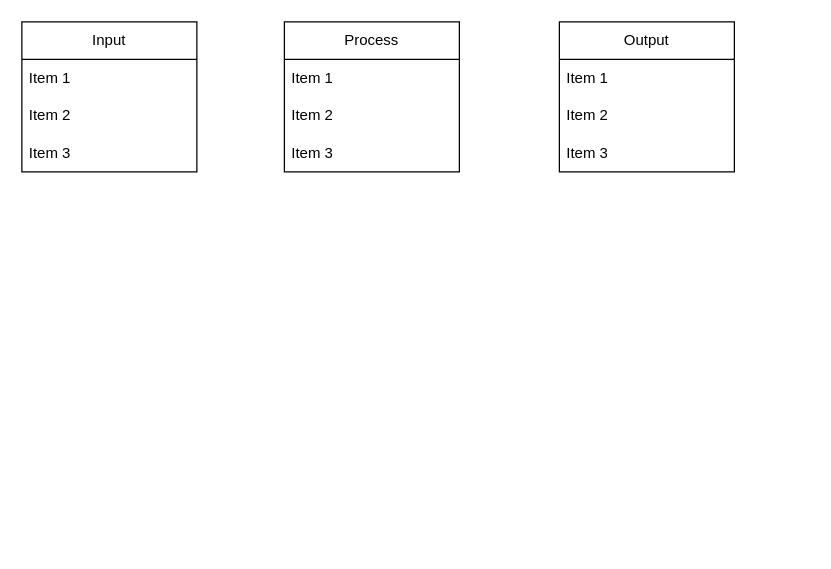
Earlier version of the draw.io diagram Untitled Diagram.drawio (jezreelkosasih/diagram). Source tidied: cells renumbered, new cells numbered last; positions are measured from the earlier drawing's top-left corner, leaving out a move shared by most shapes. Both pictures are drawn from the tidied source at 125%, with x=0, y=0 at pixel (21, 21).
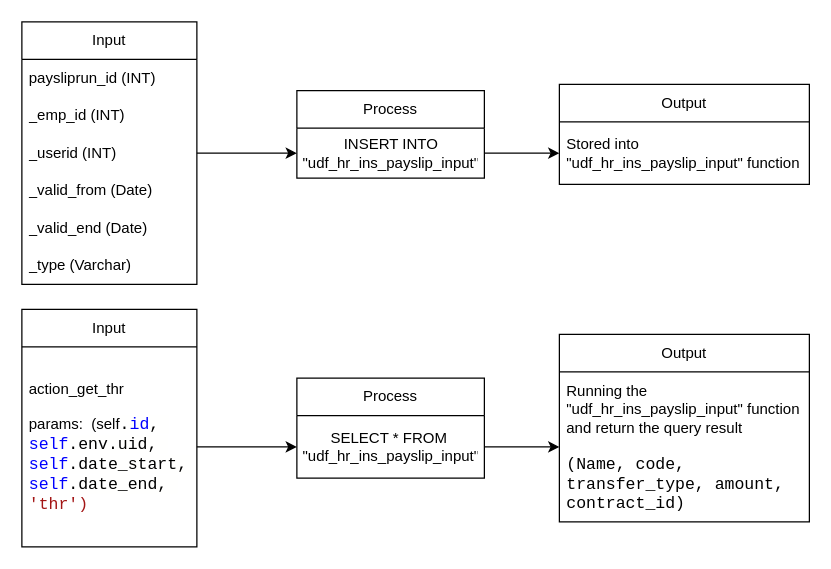
The same diagram, later.

Diff of the diagram source:
```diff
@@
     <mxCell id="2" value="Input" style="swimlane;fontStyle=0;horizontal=1;startSize=30;whiteSpace=wrap;html=1;" parent="1" vertex="1">
-      <mxGeometry width="140" height="120" as="geometry" />
+      <mxGeometry width="140" height="210" as="geometry" />
     </mxCell>
-    <mxCell id="3" value="Item 1" style="text;strokeColor=none;fillColor=none;align=left;verticalAlign=middle;spacingLeft=4;spacingRight=4;overflow=hidden;whiteSpace=wrap;html=1;" parent="2" vertex="1">
+    <mxCell id="3" value="paysliprun_id (INT)" style="text;strokeColor=none;fillColor=none;align=left;verticalAlign=middle;spacingLeft=4;spacingRight=4;overflow=hidden;whiteSpace=wrap;html=1;" parent="2" vertex="1">
       <mxGeometry y="30" width="140" height="30" as="geometry" />
     </mxCell>
-    <mxCell id="4" value="Item 2" style="text;strokeColor=none;fillColor=none;align=left;verticalAlign=middle;spacingLeft=4;spacingRight=4;overflow=hidden;whiteSpace=wrap;html=1;" parent="2" vertex="1">
+    <mxCell id="4" value="_emp_id (INT)" style="text;strokeColor=none;fillColor=none;align=left;verticalAlign=middle;spacingLeft=4;spacingRight=4;overflow=hidden;whiteSpace=wrap;html=1;" parent="2" vertex="1">
       <mxGeometry y="60" width="140" height="30" as="geometry" />
     </mxCell>
-    <mxCell id="5" value="Item 3" style="text;strokeColor=none;fillColor=none;align=left;verticalAlign=middle;spacingLeft=4;spacingRight=4;overflow=hidden;whiteSpace=wrap;html=1;" parent="2" vertex="1">
-      <mxGeometry y="90" width="140" height="30" as="geometry" />
-    </mxCell>
+    <mxCell id="14" value="_userid (INT)" style="text;strokeColor=none;fillColor=none;align=left;verticalAlign=middle;spacingLeft=4;spacingRight=4;overflow=hidden;points=[[0,0.5],[1,0.5]];portConstraint=eastwest;whiteSpace=wrap;html=1;" parent="2" vertex="1">
+      <mxGeometry y="90" width="140" height="30" as="geometry" />
+    </mxCell>
+    <mxCell id="15" value="_valid_from (Date)" style="text;strokeColor=none;fillColor=none;align=left;verticalAlign=middle;spacingLeft=4;spacingRight=4;overflow=hidden;whiteSpace=wrap;html=1;" parent="2" vertex="1">
+      <mxGeometry y="120" width="140" height="30" as="geometry" />
+    </mxCell>
+    <mxCell id="16" value="_valid_end (Date)" style="text;strokeColor=none;fillColor=none;align=left;verticalAlign=middle;spacingLeft=4;spacingRight=4;overflow=hidden;whiteSpace=wrap;html=1;" parent="2" vertex="1">
+      <mxGeometry y="150" width="140" height="30" as="geometry" />
+    </mxCell>
+    <mxCell id="17" value="_type (Varchar)" style="text;strokeColor=none;fillColor=none;align=left;verticalAlign=middle;spacingLeft=4;spacingRight=4;overflow=hidden;whiteSpace=wrap;html=1;" parent="2" vertex="1">
+      <mxGeometry y="180" width="140" height="30" as="geometry" />
+    </mxCell>
+    <mxCell id="18" style="edgeStyle=orthogonalEdgeStyle;rounded=0;jettySize=auto;html=1;" parent="1" edge="1" source="6" target="13">
+      <mxGeometry relative="1" as="geometry">
+        <Array as="points">
+          <mxPoint x="390" y="105" />
+          <mxPoint x="390" y="105" />
+        </Array>
+      </mxGeometry>
+    </mxCell>
     <mxCell id="6" value="Process" style="swimlane;fontStyle=0;horizontal=1;startSize=30;whiteSpace=wrap;html=1;" parent="1" vertex="1">
-      <mxGeometry x="210" width="140" height="120" as="geometry" />
+      <mxGeometry x="220" y="55" width="150" height="70" as="geometry" />
     </mxCell>
-    <mxCell id="7" value="Item 1" style="text;strokeColor=none;fillColor=none;align=left;verticalAlign=middle;spacingLeft=4;spacingRight=4;overflow=hidden;points=[[0,0.5],[1,0.5]];portConstraint=eastwest;whiteSpace=wrap;html=1;" parent="6" vertex="1">
-      <mxGeometry y="30" width="140" height="30" as="geometry" />
+    <mxCell id="7" value="INSERT INTO &quot;udf_hr_ins_payslip_input&quot;" style="text;strokeColor=none;fillColor=none;align=center;verticalAlign=middle;spacingLeft=4;spacingRight=4;overflow=hidden;points=[[0,0.5],[1,0.5]];portConstraint=eastwest;whiteSpace=wrap;html=1;" parent="6" vertex="1">
+      <mxGeometry y="30" width="150" height="40" as="geometry" />
     </mxCell>
-    <mxCell id="8" value="Item 2" style="text;strokeColor=none;fillColor=none;align=left;verticalAlign=middle;spacingLeft=4;spacingRight=4;overflow=hidden;whiteSpace=wrap;html=1;" parent="6" vertex="1">
-      <mxGeometry y="60" width="140" height="30" as="geometry" />
-    </mxCell>
-    <mxCell id="9" value="Item 3" style="text;strokeColor=none;fillColor=none;align=left;verticalAlign=middle;spacingLeft=4;spacingRight=4;overflow=hidden;whiteSpace=wrap;html=1;" parent="6" vertex="1">
-      <mxGeometry y="90" width="140" height="30" as="geometry" />
-    </mxCell>
     <mxCell id="10" value="Output" style="swimlane;fontStyle=0;horizontal=1;startSize=30;whiteSpace=wrap;html=1;" parent="1" vertex="1">
-      <mxGeometry x="430" width="140" height="120" as="geometry" />
+      <mxGeometry x="430" y="50" width="200" height="80" as="geometry" />
     </mxCell>
-    <mxCell id="11" value="Item 1" style="text;strokeColor=none;fillColor=none;align=left;verticalAlign=middle;spacingLeft=4;spacingRight=4;overflow=hidden;whiteSpace=wrap;html=1;" parent="10" vertex="1">
-      <mxGeometry y="30" width="140" height="30" as="geometry" />
-    </mxCell>
-    <mxCell id="12" value="Item 2" style="text;strokeColor=none;fillColor=none;align=left;verticalAlign=middle;spacingLeft=4;spacingRight=4;overflow=hidden;whiteSpace=wrap;html=1;" parent="10" vertex="1">
-      <mxGeometry y="60" width="140" height="30" as="geometry" />
-    </mxCell>
-    <mxCell id="13" value="Item 3" style="text;strokeColor=none;fillColor=none;align=left;verticalAlign=middle;spacingLeft=4;spacingRight=4;overflow=hidden;points=[[0,0.5],[1,0.5]];portConstraint=eastwest;whiteSpace=wrap;html=1;" parent="10" vertex="1">
-      <mxGeometry y="90" width="140" height="30" as="geometry" />
+    <mxCell id="13" value="Stored into &quot;udf_hr_ins_payslip_input&quot; function" style="text;strokeColor=none;fillColor=none;align=left;verticalAlign=middle;spacingLeft=4;spacingRight=4;overflow=hidden;points=[[0,0.5],[1,0.5]];portConstraint=eastwest;whiteSpace=wrap;html=1;" parent="10" vertex="1">
+      <mxGeometry y="30" width="200" height="50" as="geometry" />
     </mxCell>
+    <mxCell id="19" value="Input" style="swimlane;fontStyle=0;horizontal=1;startSize=30;whiteSpace=wrap;html=1;" parent="1" vertex="1">
+      <mxGeometry y="230" width="140" height="190" as="geometry" />
+    </mxCell>
+    <mxCell id="20" value="action_get_thr&lt;br&gt;&lt;br&gt;params:&amp;nbsp; (self&lt;span style=&quot;background-color: rgb(255, 255, 254); font-family: Consolas, &amp;quot;Courier New&amp;quot;, monospace; font-size: 13.2px;&quot;&gt;.&lt;/span&gt;&lt;span style=&quot;font-family: Consolas, &amp;quot;Courier New&amp;quot;, monospace; font-size: 13.2px; color: rgb(0, 0, 255);&quot;&gt;id&lt;/span&gt;&lt;span style=&quot;background-color: rgb(255, 255, 254); font-family: Consolas, &amp;quot;Courier New&amp;quot;, monospace; font-size: 13.2px;&quot;&gt;,&amp;nbsp;&lt;br&gt;&lt;/span&gt;&lt;span style=&quot;font-family: Consolas, &amp;quot;Courier New&amp;quot;, monospace; font-size: 13.2px; color: rgb(0, 0, 255);&quot;&gt;self&lt;/span&gt;&lt;span style=&quot;background-color: rgb(255, 255, 254); font-family: Consolas, &amp;quot;Courier New&amp;quot;, monospace; font-size: 13.2px;&quot;&gt;.env.uid,&amp;nbsp;&lt;br&gt;&lt;/span&gt;&lt;span style=&quot;font-family: Consolas, &amp;quot;Courier New&amp;quot;, monospace; font-size: 13.2px; color: rgb(0, 0, 255);&quot;&gt;self&lt;/span&gt;&lt;span style=&quot;background-color: rgb(255, 255, 254); font-family: Consolas, &amp;quot;Courier New&amp;quot;, monospace; font-size: 13.2px;&quot;&gt;.date_start,&amp;nbsp;&lt;br&gt;&lt;/span&gt;&lt;span style=&quot;font-family: Consolas, &amp;quot;Courier New&amp;quot;, monospace; font-size: 13.2px; color: rgb(0, 0, 255);&quot;&gt;self&lt;/span&gt;&lt;span style=&quot;background-color: rgb(255, 255, 254); font-family: Consolas, &amp;quot;Courier New&amp;quot;, monospace; font-size: 13.2px;&quot;&gt;.date_end,&amp;nbsp;&lt;br&gt;&lt;/span&gt;&lt;span style=&quot;font-family: Consolas, &amp;quot;Courier New&amp;quot;, monospace; font-size: 13.2px; color: rgb(163, 21, 21);&quot;&gt;'thr')&lt;/span&gt;" style="text;strokeColor=none;fillColor=none;align=left;verticalAlign=middle;spacingLeft=4;spacingRight=4;overflow=hidden;points=[[0,0.5],[1,0.5]];portConstraint=eastwest;whiteSpace=wrap;html=1;" parent="19" vertex="1">
+      <mxGeometry y="30" width="140" height="160" as="geometry" />
+    </mxCell>
+    <mxCell id="21" value="Process" style="swimlane;fontStyle=0;horizontal=1;startSize=30;whiteSpace=wrap;html=1;" parent="1" vertex="1">
+      <mxGeometry x="220" y="285" width="150" height="80" as="geometry" />
+    </mxCell>
+    <mxCell id="22" value="SELECT * FROM&amp;nbsp;&lt;br&gt;&quot;udf_hr_ins_payslip_input&quot;" style="text;strokeColor=none;fillColor=none;align=center;verticalAlign=middle;spacingLeft=4;spacingRight=4;overflow=hidden;points=[[0,0.5],[1,0.5]];portConstraint=eastwest;whiteSpace=wrap;html=1;" parent="21" vertex="1">
+      <mxGeometry y="30" width="150" height="50" as="geometry" />
+    </mxCell>
+    <mxCell id="23" value="Output" style="swimlane;fontStyle=0;horizontal=1;startSize=30;whiteSpace=wrap;html=1;" parent="1" vertex="1">
+      <mxGeometry x="430" y="250" width="200" height="150" as="geometry" />
+    </mxCell>
+    <mxCell id="24" value="Running the &quot;udf_hr_ins_payslip_input&quot; function and return the query result&lt;br&gt;" style="text;strokeColor=none;fillColor=none;align=left;verticalAlign=middle;spacingLeft=4;spacingRight=4;overflow=hidden;whiteSpace=wrap;html=1;" parent="23" vertex="1">
+      <mxGeometry y="30" width="200" height="60" as="geometry" />
+    </mxCell>
+    <mxCell id="25" value="&lt;div style=&quot;border-color: var(--border-color); font-family: Consolas, &amp;quot;Courier New&amp;quot;, monospace; font-size: 13.2px;&quot;&gt;(Name, code, transfer_type, amount, contract_id)&lt;/div&gt;" style="text;strokeColor=none;fillColor=none;align=left;verticalAlign=middle;spacingLeft=4;spacingRight=4;overflow=hidden;whiteSpace=wrap;html=1;" parent="23" vertex="1">
+      <mxGeometry y="90" width="200" height="60" as="geometry" />
+    </mxCell>
+    <mxCell id="26" style="edgeStyle=orthogonalEdgeStyle;rounded=0;jettySize=auto;html=1;" parent="1" edge="1" source="20" target="22">
+      <mxGeometry relative="1" as="geometry" />
+    </mxCell>
+    <mxCell id="27" style="edgeStyle=orthogonalEdgeStyle;rounded=0;jettySize=auto;html=1;" parent="1" edge="1" source="22">
+      <mxGeometry relative="1" as="geometry">
+        <mxPoint x="430" y="340" as="targetPoint" />
+      </mxGeometry>
+    </mxCell>
+    <mxCell id="28" style="edgeStyle=orthogonalEdgeStyle;rounded=0;jettySize=auto;html=1;" parent="1" edge="1" source="14" target="7">
+      <mxGeometry relative="1" as="geometry" />
+    </mxCell>
```
